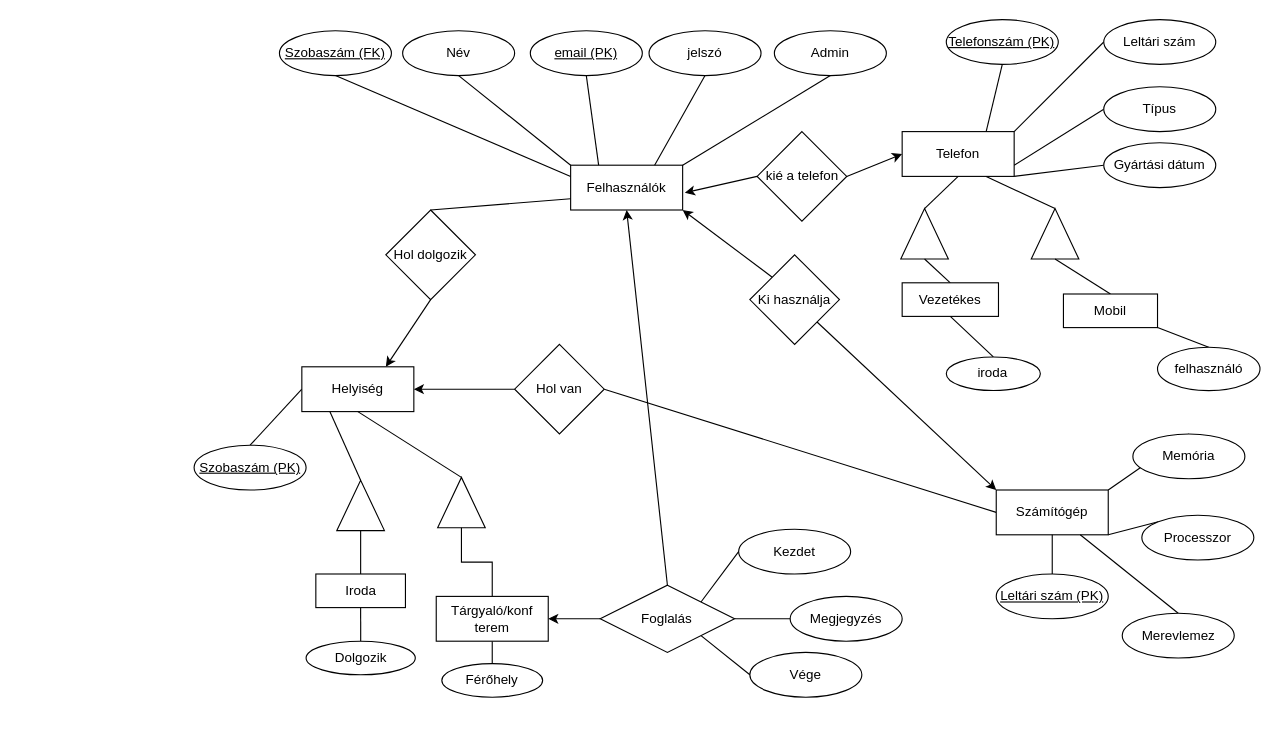
Earlier version of the draw.io diagram Munkahely.drawio (Troversones/adatbProjekt). Source tidied: cells renumbered, new cells numbered last; positions are measured from the earlier drawing's top-left corner, leaving out a move shared by most shapes. Both pictures are drawn from the tidied source at 112%, with x=0, y=0 at pixel (194, 19).
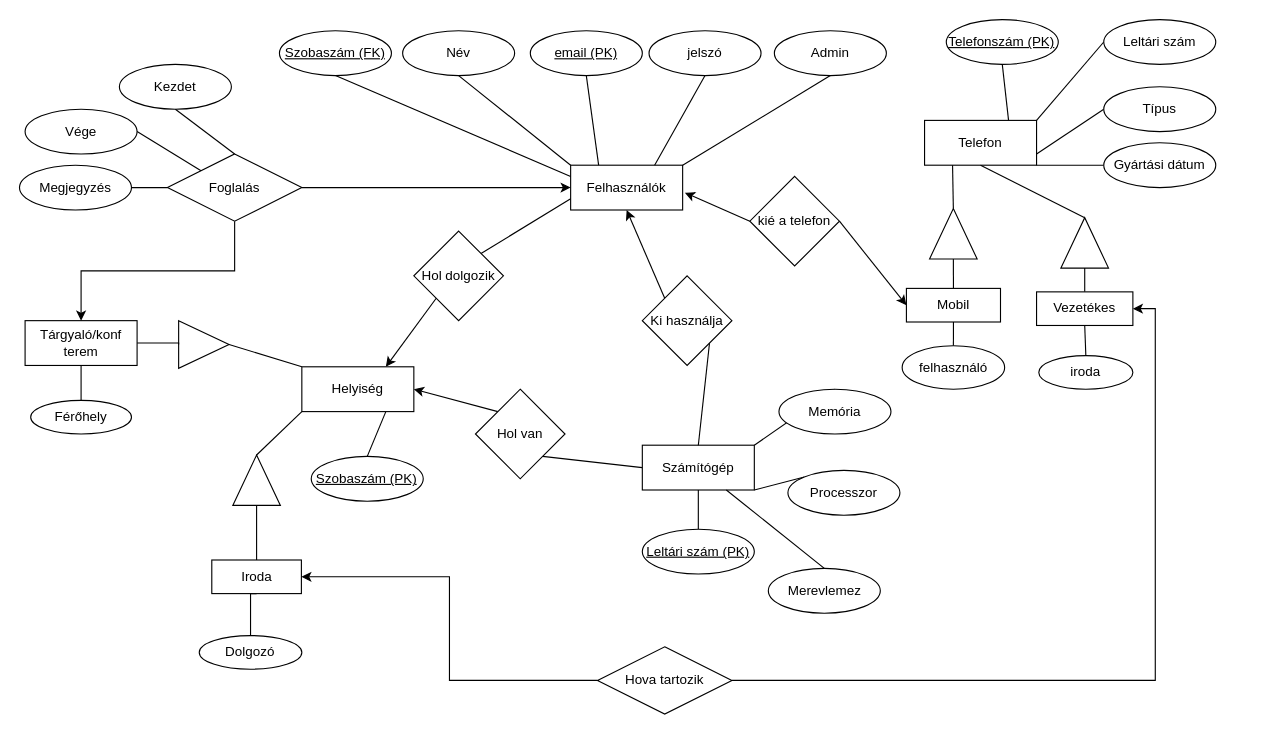
The same diagram, later.

Unchanged cells that the change refers to:
```xml
<mxCell id="3" value="Felhasználók" style="whiteSpace=wrap;html=1;align=center;" parent="1" vertex="1">
  <mxGeometry x="336" y="130" width="100" height="40" as="geometry" />
</mxCell>
<mxCell id="46" value="Helyiség" style="whiteSpace=wrap;html=1;align=center;" parent="1" vertex="1">
  <mxGeometry x="96" y="310" width="100" height="40" as="geometry" />
</mxCell>
```

Diff of the diagram source:
```diff
@@
-    <mxCell id="4" style="rounded=0;jettySize=auto;html=1;exitX=0;exitY=0.5;exitDx=0;exitDy=0;entryX=1;entryY=0.5;entryDx=0;entryDy=0;endArrow=none;endFill=0;" parent="1" edge="1" source="5" target="65">
+    <mxCell id="4" style="rounded=0;jettySize=auto;html=1;exitX=0;exitY=0.5;exitDx=0;exitDy=0;entryX=1;entryY=1;entryDx=0;entryDy=0;endArrow=none;endFill=0;" parent="1" edge="1" source="5" target="65">
       <mxGeometry relative="1" as="geometry" />
     </mxCell>
     <mxCell id="5" value="Számítógép" style="whiteSpace=wrap;html=1;align=center;" parent="1" vertex="1">
-      <mxGeometry x="716" y="420" width="100" height="40" as="geometry" />
+      <mxGeometry x="400" y="380" width="100" height="40" as="geometry" />
     </mxCell>
@@
     <mxCell id="7" value="Telefon" style="whiteSpace=wrap;html=1;align=center;" parent="1" vertex="1">
-      <mxGeometry x="632" y="100" width="100" height="40" as="geometry" />
+      <mxGeometry x="652" y="90" width="100" height="40" as="geometry" />
     </mxCell>
@@
     <mxCell id="23" value="&lt;u&gt;Leltári szám (PK)&lt;/u&gt;" style="ellipse;whiteSpace=wrap;html=1;align=center;" parent="1" vertex="1">
-      <mxGeometry x="716" y="495" width="100" height="40" as="geometry" />
+      <mxGeometry x="400" y="455" width="100" height="40" as="geometry" />
     </mxCell>
@@
     <mxCell id="25" value="Processzor" style="ellipse;whiteSpace=wrap;html=1;align=center;" parent="1" vertex="1">
-      <mxGeometry x="846" y="442.5" width="100" height="40" as="geometry" />
+      <mxGeometry x="530" y="402.5" width="100" height="40" as="geometry" />
     </mxCell>
@@
     <mxCell id="27" value="Memória" style="ellipse;whiteSpace=wrap;html=1;align=center;" parent="1" vertex="1">
-      <mxGeometry x="838" y="370" width="100" height="40" as="geometry" />
+      <mxGeometry x="522" y="330" width="100" height="40" as="geometry" />
     </mxCell>
@@
     <mxCell id="29" value="Merevlemez" style="ellipse;whiteSpace=wrap;html=1;align=center;" parent="1" vertex="1">
-      <mxGeometry x="828.5" y="530" width="100" height="40" as="geometry" />
+      <mxGeometry x="512.5" y="490" width="100" height="40" as="geometry" />
     </mxCell>
-    <mxCell id="30" style="rounded=0;jettySize=auto;html=1;exitX=1;exitY=0.5;exitDx=0;exitDy=0;entryX=0.75;entryY=1;entryDx=0;entryDy=0;endArrow=none;endFill=0;" parent="1" edge="1" source="31" target="7">
+    <mxCell id="30" style="rounded=0;jettySize=auto;html=1;exitX=1;exitY=0.5;exitDx=0;exitDy=0;entryX=0.25;entryY=1;entryDx=0;entryDy=0;endArrow=none;endFill=0;" parent="1" edge="1" source="31" target="7">
       <mxGeometry relative="1" as="geometry" />
     </mxCell>
     <mxCell id="31" style="triangle;whiteSpace=wrap;html=1;rotation=-90;" parent="1" vertex="1">
-      <mxGeometry x="746" y="170" width="45" height="42.5" as="geometry" />
+      <mxGeometry x="655.2" y="170" width="45" height="42.5" as="geometry" />
     </mxCell>
@@
     <mxCell id="33" style="triangle;whiteSpace=wrap;html=1;rotation=-90;" parent="1" vertex="1">
-      <mxGeometry x="629.5" y="170" width="45" height="42.5" as="geometry" />
+      <mxGeometry x="772.5" y="178.1" width="45" height="42.5" as="geometry" />
     </mxCell>
@@
-    <mxCell id="35" style="rounded=0;jettySize=auto;html=1;exitX=1;exitY=0.5;exitDx=0;exitDy=0;entryX=0;entryY=0.5;entryDx=0;entryDy=0;" parent="1" edge="1" source="36" target="7">
+    <mxCell id="35" style="rounded=0;jettySize=auto;html=1;exitX=1;exitY=0.5;exitDx=0;exitDy=0;entryX=0;entryY=0.5;entryDx=0;entryDy=0;" parent="1" edge="1" source="36" target="48">
       <mxGeometry relative="1" as="geometry" />
     </mxCell>
     <mxCell id="36" value="kié a telefon" style="rhombus;whiteSpace=wrap;html=1;" parent="1" vertex="1">
-      <mxGeometry x="502.5" y="100" width="80" height="80" as="geometry" />
+      <mxGeometry x="496" y="140" width="80" height="80" as="geometry" />
     </mxCell>
@@
-    <mxCell id="38" style="rounded=0;jettySize=auto;html=1;exitX=0;exitY=0;exitDx=0;exitDy=0;entryX=1;entryY=1;entryDx=0;entryDy=0;" parent="1" edge="1" source="40" target="3">
+    <mxCell id="38" style="rounded=0;jettySize=auto;html=1;exitX=0;exitY=0;exitDx=0;exitDy=0;entryX=0.5;entryY=1;entryDx=0;entryDy=0;" parent="1" edge="1" source="40" target="3">
       <mxGeometry relative="1" as="geometry" />
     </mxCell>
-    <mxCell id="39" style="rounded=0;jettySize=auto;html=1;exitX=1;exitY=1;exitDx=0;exitDy=0;entryX=0;entryY=0;entryDx=0;entryDy=0;" parent="1" edge="1" source="40" target="5">
+    <mxCell id="39" style="rounded=0;jettySize=auto;html=1;exitX=1;exitY=1;exitDx=0;exitDy=0;entryX=0.5;entryY=0;entryDx=0;entryDy=0;endArrow=none;endFill=0;" parent="1" edge="1" source="40" target="5">
       <mxGeometry relative="1" as="geometry" />
     </mxCell>
     <mxCell id="40" value="Ki használja" style="rhombus;whiteSpace=wrap;html=1;" parent="1" vertex="1">
-      <mxGeometry x="496" y="210" width="80" height="80" as="geometry" />
+      <mxGeometry x="400" y="228.8" width="80" height="80" as="geometry" />
     </mxCell>
-    <mxCell id="41" style="rounded=0;jettySize=auto;html=1;exitX=0.5;exitY=0;exitDx=0;exitDy=0;entryX=0;entryY=0.5;entryDx=0;entryDy=0;endArrow=none;endFill=0;" parent="1" edge="1" source="42" target="46">
+    <mxCell id="41" style="rounded=0;jettySize=auto;html=1;exitX=0.5;exitY=0;exitDx=0;exitDy=0;entryX=0.75;entryY=1;entryDx=0;entryDy=0;endArrow=none;endFill=0;" parent="1" edge="1" source="42" target="46">
       <mxGeometry relative="1" as="geometry" />
     </mxCell>
     <mxCell id="42" value="Szobaszám (PK)" style="ellipse;whiteSpace=wrap;html=1;align=center;fontStyle=4;" parent="1" vertex="1">
-      <mxGeometry x="-0.2" y="380" width="100" height="40" as="geometry" />
+      <mxGeometry x="104.4" y="390" width="100" height="40" as="geometry" />
     </mxCell>
-    <mxCell id="43" style="rounded=0;jettySize=auto;html=1;exitX=0.5;exitY=0;exitDx=0;exitDy=0;entryX=0;entryY=0.75;entryDx=0;entryDy=0;endArrow=none;endFill=0;" parent="1" edge="1" source="44" target="3">
+    <mxCell id="43" style="rounded=0;jettySize=auto;html=1;exitX=1;exitY=0;exitDx=0;exitDy=0;entryX=0;entryY=0.75;entryDx=0;entryDy=0;endArrow=none;endFill=0;" parent="1" edge="1" source="44" target="3">
       <mxGeometry relative="1" as="geometry" />
     </mxCell>
     <mxCell id="44" value="Hol dolgozik" style="rhombus;whiteSpace=wrap;html=1;" parent="1" vertex="1">
-      <mxGeometry x="171" y="170" width="80" height="80" as="geometry" />
+      <mxGeometry x="196" y="188.8" width="80" height="80" as="geometry" />
     </mxCell>
-    <mxCell id="45" style="rounded=0;jettySize=auto;html=1;exitX=0.5;exitY=1;exitDx=0;exitDy=0;entryX=0.75;entryY=0;entryDx=0;entryDy=0;endArrow=classic;endFill=1;" parent="1" edge="1" source="44" target="46">
+    <mxCell id="45" style="rounded=0;jettySize=auto;html=1;exitX=0;exitY=1;exitDx=0;exitDy=0;entryX=0.75;entryY=0;entryDx=0;entryDy=0;endArrow=classic;endFill=1;" parent="1" edge="1" source="44" target="46">
       <mxGeometry relative="1" as="geometry" />
     </mxCell>
@@
     <mxCell id="48" value="Mobil" style="whiteSpace=wrap;html=1;align=center;" parent="1" vertex="1">
-      <mxGeometry x="776" y="245" width="84" height="30" as="geometry" />
+      <mxGeometry x="635.8" y="240" width="84" height="30" as="geometry" />
     </mxCell>
     <mxCell id="49" value="Vezetékes" style="whiteSpace=wrap;html=1;align=center;" parent="1" vertex="1">
-      <mxGeometry x="632" y="235" width="86" height="30" as="geometry" />
+      <mxGeometry x="752" y="243.1" width="86" height="30" as="geometry" />
     </mxCell>
-    <mxCell id="50" style="rounded=0;jettySize=auto;html=1;exitX=0.5;exitY=0;exitDx=0;exitDy=0;entryX=1;entryY=1;entryDx=0;entryDy=0;endArrow=none;endFill=0;" parent="1" edge="1" source="51" target="48">
+    <mxCell id="50" style="rounded=0;jettySize=auto;html=1;exitX=0.5;exitY=0;exitDx=0;exitDy=0;entryX=0.5;entryY=1;entryDx=0;entryDy=0;endArrow=none;endFill=0;" parent="1" edge="1" source="51" target="48">
       <mxGeometry relative="1" as="geometry" />
     </mxCell>
     <mxCell id="51" value="felhasználó" style="ellipse;whiteSpace=wrap;html=1;align=center;" parent="1" vertex="1">
-      <mxGeometry x="860" y="292.5" width="91.5" height="38.8" as="geometry" />
+      <mxGeometry x="632" y="291.2" width="91.5" height="38.8" as="geometry" />
     </mxCell>
@@
     <mxCell id="53" value="iroda" style="ellipse;whiteSpace=wrap;html=1;align=center;" parent="1" vertex="1">
-      <mxGeometry x="671.4" y="301.2" width="84" height="30" as="geometry" />
+      <mxGeometry x="754" y="300" width="84" height="30" as="geometry" />
     </mxCell>
-    <mxCell id="54" style="rounded=0;jettySize=auto;html=1;exitX=1;exitY=0.5;exitDx=0;exitDy=0;entryX=0.25;entryY=1;entryDx=0;entryDy=0;endArrow=none;endFill=0;" parent="1" edge="1" source="55" target="46">
+    <mxCell id="54" style="rounded=0;jettySize=auto;html=1;exitX=1;exitY=0.5;exitDx=0;exitDy=0;entryX=0;entryY=1;entryDx=0;entryDy=0;endArrow=none;endFill=0;" parent="1" edge="1" source="55" target="46">
       <mxGeometry relative="1" as="geometry" />
     </mxCell>
     <mxCell id="55" style="triangle;whiteSpace=wrap;html=1;rotation=-90;" parent="1" vertex="1">
-      <mxGeometry x="126" y="412.5" width="45" height="42.5" as="geometry" />
+      <mxGeometry x="33.1" y="390" width="45" height="42.5" as="geometry" />
     </mxCell>
@@
+    <mxCell id="79" style="edgeStyle=orthogonalEdgeStyle;rounded=0;jettySize=auto;html=1;exitX=0.5;exitY=1;exitDx=0;exitDy=0;endArrow=none;endFill=0;entryX=0.5;entryY=0;entryDx=0;entryDy=0;" parent="1" edge="1" source="57" target="83">
+      <mxGeometry relative="1" as="geometry" />
+    </mxCell>
     <mxCell id="57" value="Iroda" style="whiteSpace=wrap;html=1;align=center;" parent="1" vertex="1">
-      <mxGeometry x="108.5" y="495" width="80" height="30" as="geometry" />
+      <mxGeometry x="15.6" y="482.5" width="80" height="30" as="geometry" />
     </mxCell>
-    <mxCell id="58" style="rounded=0;jettySize=auto;html=1;exitX=0.5;exitY=0;exitDx=0;exitDy=0;entryX=0.5;entryY=1;entryDx=0;entryDy=0;endArrow=none;endFill=0;" parent="1" edge="1" source="59" target="57">
-      <mxGeometry relative="1" as="geometry" />
-    </mxCell>
-    <mxCell id="59" value="Dolgozik" style="ellipse;whiteSpace=wrap;html=1;align=center;" parent="1" vertex="1">
-      <mxGeometry x="99.8" y="555" width="97.5" height="30" as="geometry" />
-    </mxCell>
-    <mxCell id="60" style="rounded=0;jettySize=auto;html=1;exitX=1;exitY=0.5;exitDx=0;exitDy=0;entryX=0.5;entryY=1;entryDx=0;entryDy=0;endArrow=none;endFill=0;" parent="1" edge="1" source="61" target="46">
+    <mxCell id="60" style="rounded=0;jettySize=auto;html=1;exitX=1;exitY=0.5;exitDx=0;exitDy=0;entryX=0;entryY=0;entryDx=0;entryDy=0;endArrow=none;endFill=0;" parent="1" edge="1" source="61" target="46">
       <mxGeometry relative="1" as="geometry" />
     </mxCell>
-    <mxCell id="61" style="triangle;whiteSpace=wrap;html=1;rotation=-90;" parent="1" vertex="1">
-      <mxGeometry x="216" y="410" width="45" height="42.5" as="geometry" />
+    <mxCell id="61" style="triangle;whiteSpace=wrap;html=1;rotation=0;" parent="1" vertex="1">
+      <mxGeometry x="-14" y="268.8" width="45" height="42.5" as="geometry" />
     </mxCell>
-    <mxCell id="62" style="rounded=0;jettySize=auto;html=1;exitX=0.5;exitY=0;exitDx=0;exitDy=0;entryX=0;entryY=0.5;entryDx=0;entryDy=0;endArrow=none;endFill=0;edgeStyle=orthogonalEdgeStyle;" parent="1" edge="1" source="75" target="61">
+    <mxCell id="62" style="rounded=0;jettySize=auto;html=1;exitX=1;exitY=0.5;exitDx=0;exitDy=0;entryX=0;entryY=0.5;entryDx=0;entryDy=0;endArrow=none;endFill=0;edgeStyle=orthogonalEdgeStyle;" parent="1" edge="1" source="75" target="61">
       <mxGeometry relative="1" as="geometry" />
     </mxCell>
@@
-    <mxCell id="64" style="rounded=0;jettySize=auto;html=1;exitX=0;exitY=0.5;exitDx=0;exitDy=0;entryX=1;entryY=0.5;entryDx=0;entryDy=0;" parent="1" edge="1" source="65" target="46">
+    <mxCell id="64" style="rounded=0;jettySize=auto;html=1;exitX=0;exitY=0;exitDx=0;exitDy=0;entryX=1;entryY=0.5;entryDx=0;entryDy=0;" parent="1" edge="1" source="65" target="46">
       <mxGeometry relative="1" as="geometry" />
     </mxCell>
     <mxCell id="65" value="Hol van" style="rhombus;whiteSpace=wrap;html=1;" parent="1" vertex="1">
-      <mxGeometry x="286" y="290" width="80" height="80" as="geometry" />
+      <mxGeometry x="251" y="330" width="80" height="80" as="geometry" />
     </mxCell>
     <mxCell id="66" value="Kezdet" style="ellipse;whiteSpace=wrap;html=1;align=center;" parent="1" vertex="1">
-      <mxGeometry x="486" y="455" width="100" height="40" as="geometry" />
+      <mxGeometry x="-66.9" y="40" width="100" height="40" as="geometry" />
     </mxCell>
     <mxCell id="67" value="Vége" style="ellipse;whiteSpace=wrap;html=1;align=center;" parent="1" vertex="1">
-      <mxGeometry x="496" y="565" width="100" height="40" as="geometry" />
+      <mxGeometry x="-151.1" y="80" width="100" height="40" as="geometry" />
     </mxCell>
     <mxCell id="68" value="Megjegyzés" style="ellipse;whiteSpace=wrap;html=1;align=center;" parent="1" vertex="1">
-      <mxGeometry x="532" y="515" width="100" height="40" as="geometry" />
+      <mxGeometry x="-156.1" y="130" width="100" height="40" as="geometry" />
     </mxCell>
-    <mxCell id="69" style="rounded=0;jettySize=auto;html=1;exitX=1;exitY=0.5;exitDx=0;exitDy=0;endArrow=none;endFill=0;entryX=0;entryY=0.5;entryDx=0;entryDy=0;" parent="1" edge="1" source="78" target="68">
+    <mxCell id="69" style="rounded=0;jettySize=auto;html=1;exitX=0;exitY=0.5;exitDx=0;exitDy=0;endArrow=none;endFill=0;entryX=1;entryY=0.5;entryDx=0;entryDy=0;" parent="1" edge="1" source="78" target="68">
       <mxGeometry relative="1" as="geometry" />
     </mxCell>
     <mxCell id="70" value="Férőhely" style="ellipse;whiteSpace=wrap;html=1;align=center;" parent="1" vertex="1">
-      <mxGeometry x="221" y="575" width="90" height="30" as="geometry" />
+      <mxGeometry x="-146.1" y="340" width="90" height="30" as="geometry" />
     </mxCell>
@@
-    <mxCell id="73" style="rounded=0;jettySize=auto;html=1;exitX=1;exitY=0;exitDx=0;exitDy=0;endArrow=none;endFill=0;entryX=0;entryY=0.5;entryDx=0;entryDy=0;" parent="1" edge="1" source="78" target="66">
+    <mxCell id="73" style="rounded=0;jettySize=auto;html=1;exitX=0.5;exitY=0;exitDx=0;exitDy=0;endArrow=none;endFill=0;entryX=0.5;entryY=1;entryDx=0;entryDy=0;" parent="1" edge="1" source="78" target="66">
       <mxGeometry relative="1" as="geometry" />
     </mxCell>
-    <mxCell id="74" style="rounded=0;jettySize=auto;html=1;exitX=1;exitY=1;exitDx=0;exitDy=0;endArrow=none;endFill=0;entryX=0;entryY=0.5;entryDx=0;entryDy=0;" parent="1" edge="1" source="78" target="67">
+    <mxCell id="74" style="rounded=0;jettySize=auto;html=1;exitX=0;exitY=0;exitDx=0;exitDy=0;endArrow=none;endFill=0;entryX=1;entryY=0.5;entryDx=0;entryDy=0;" parent="1" edge="1" source="78" target="67">
       <mxGeometry relative="1" as="geometry" />
     </mxCell>
     <mxCell id="75" value="Tárgyaló/konf terem" style="whiteSpace=wrap;html=1;align=center;" parent="1" vertex="1">
-      <mxGeometry x="216" y="515" width="100" height="40" as="geometry" />
+      <mxGeometry x="-151.1" y="268.8" width="100" height="40" as="geometry" />
     </mxCell>
-    <mxCell id="76" style="rounded=0;jettySize=auto;html=1;exitX=0.5;exitY=0;exitDx=0;exitDy=0;entryX=0.5;entryY=1;entryDx=0;entryDy=0;" parent="1" edge="1" source="78" target="3">
+    <mxCell id="76" style="rounded=0;jettySize=auto;html=1;exitX=1;exitY=0.5;exitDx=0;exitDy=0;entryX=0;entryY=0.5;entryDx=0;entryDy=0;" parent="1" edge="1" source="78" target="3">
       <mxGeometry relative="1" as="geometry" />
     </mxCell>
-    <mxCell id="77" style="edgeStyle=orthogonalEdgeStyle;rounded=0;jettySize=auto;html=1;exitX=0;exitY=0.5;exitDx=0;exitDy=0;entryX=1;entryY=0.5;entryDx=0;entryDy=0;" parent="1" edge="1" source="78" target="75">
+    <mxCell id="77" style="edgeStyle=orthogonalEdgeStyle;rounded=0;jettySize=auto;html=1;exitX=0.5;exitY=1;exitDx=0;exitDy=0;entryX=0.5;entryY=0;entryDx=0;entryDy=0;" parent="1" edge="1" source="78" target="75">
       <mxGeometry relative="1" as="geometry" />
     </mxCell>
     <mxCell id="78" value="Foglalás" style="shape=rhombus;perimeter=rhombusPerimeter;whiteSpace=wrap;html=1;align=center;" parent="1" vertex="1">
-      <mxGeometry x="362.4" y="505" width="120" height="60" as="geometry" />
+      <mxGeometry x="-24" y="120" width="120" height="60" as="geometry" />
     </mxCell>
+    <mxCell id="80" style="edgeStyle=orthogonalEdgeStyle;rounded=0;jettySize=auto;html=1;exitX=0;exitY=0.5;exitDx=0;exitDy=0;entryX=1;entryY=0.5;entryDx=0;entryDy=0;" parent="1" edge="1" source="82" target="57">
+      <mxGeometry relative="1" as="geometry" />
+    </mxCell>
+    <mxCell id="81" style="edgeStyle=orthogonalEdgeStyle;rounded=0;jettySize=auto;html=1;exitX=1;exitY=0.5;exitDx=0;exitDy=0;entryX=1;entryY=0.5;entryDx=0;entryDy=0;" parent="1" edge="1" source="82" target="49">
+      <mxGeometry relative="1" as="geometry" />
+    </mxCell>
+    <mxCell id="82" value="Hova tartozik" style="shape=rhombus;perimeter=rhombusPerimeter;whiteSpace=wrap;html=1;align=center;" parent="1" vertex="1">
+      <mxGeometry x="360" y="560" width="120" height="60" as="geometry" />
+    </mxCell>
+    <mxCell id="83" value="Dolgozó" style="ellipse;whiteSpace=wrap;html=1;align=center;" parent="1" vertex="1">
+      <mxGeometry x="4.4" y="550" width="91.6" height="30" as="geometry" />
+    </mxCell>
```
